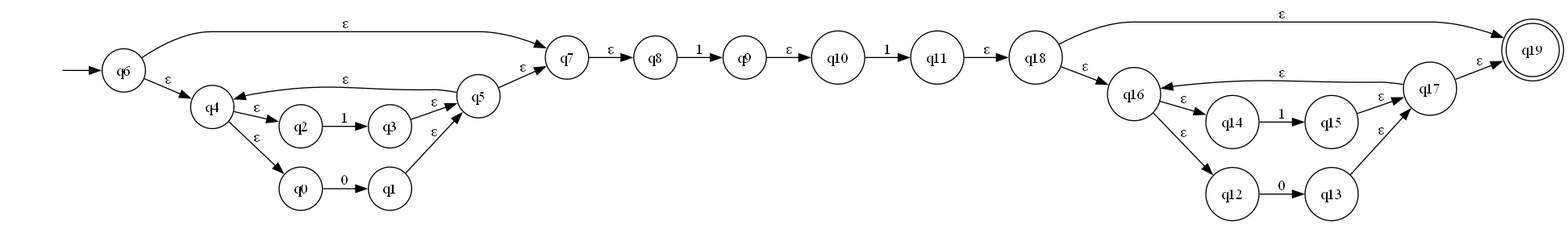
Before: AFN.gv.png, a diagram exported from Graphviz (Ren23813/proyecto1_teoriaComputacion). Its source is kept beside it as AFN.gv.
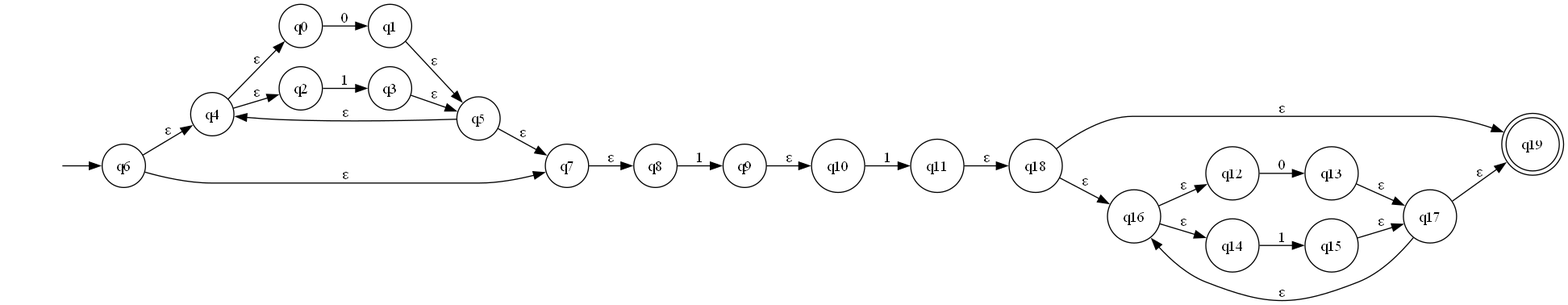
The same file after the commit.

The edit, as a diff of the source:
```diff
@@ -2,49 +2,49 @@
 	graph [rankdir=LR]
 	"" [label="" shape=plaintext]
 	q19 [label=q19 shape=doublecircle]
+	q1 [label=q1 shape=circle]
+	q16 [label=q16 shape=circle]
+	q10 [label=q10 shape=circle]
+	q0 [label=q0 shape=circle]
 	q3 [label=q3 shape=circle]
-	q6 [label=q6 shape=circle]
-	q14 [label=q14 shape=circle]
-	q7 [label=q7 shape=circle]
-	q5 [label=q5 shape=circle]
+	q15 [label=q15 shape=circle]
+	q9 [label=q9 shape=circle]
+	q11 [label=q11 shape=circle]
 	q4 [label=q4 shape=circle]
 	q17 [label=q17 shape=circle]
-	q10 [label=q10 shape=circle]
+	q12 [label=q12 shape=circle]
+	q18 [label=q18 shape=circle]
+	q14 [label=q14 shape=circle]
+	q8 [label=q8 shape=circle]
+	q7 [label=q7 shape=circle]
+	q13 [label=q13 shape=circle]
 	q2 [label=q2 shape=circle]
-	q1 [label=q1 shape=circle]
-	q0 [label=q0 shape=circle]
-	q15 [label=q15 shape=circle]
-	q11 [label=q11 shape=circle]
-	q9 [label=q9 shape=circle]
-	q8 [label=q8 shape=circle]
-	q13 [label=q13 shape=circle]
-	q18 [label=q18 shape=circle]
-	q16 [label=q16 shape=circle]
-	q12 [label=q12 shape=circle]
+	q6 [label=q6 shape=circle]
+	q5 [label=q5 shape=circle]
 	"" -> q6 [label=""]
+	q1 -> q5 [label="ε"]
+	q16 -> q14 [label="ε"]
+	q16 -> q12 [label="ε"]
+	q10 -> q11 [label=1]
+	q0 -> q1 [label=0]
 	q3 -> q5 [label="ε"]
-	q6 -> q7 [label="ε"]
-	q6 -> q4 [label="ε"]
-	q14 -> q15 [label=1]
-	q7 -> q8 [label="ε"]
-	q5 -> q7 [label="ε"]
-	q5 -> q4 [label="ε"]
+	q15 -> q17 [label="ε"]
+	q9 -> q10 [label="ε"]
+	q11 -> q18 [label="ε"]
+	q4 -> q0 [label="ε"]
 	q4 -> q2 [label="ε"]
-	q4 -> q0 [label="ε"]
 	q17 -> q16 [label="ε"]
 	q17 -> q19 [label="ε"]
-	q10 -> q11 [label=1]
-	q2 -> q3 [label=1]
-	q1 -> q5 [label="ε"]
-	q0 -> q1 [label=0]
-	q15 -> q17 [label="ε"]
-	q11 -> q18 [label="ε"]
-	q9 -> q10 [label="ε"]
-	q8 -> q9 [label=1]
-	q13 -> q17 [label="ε"]
+	q12 -> q13 [label=0]
 	q18 -> q16 [label="ε"]
 	q18 -> q19 [label="ε"]
-	q16 -> q14 [label="ε"]
-	q16 -> q12 [label="ε"]
-	q12 -> q13 [label=0]
+	q14 -> q15 [label=1]
+	q8 -> q9 [label=1]
+	q7 -> q8 [label="ε"]
+	q13 -> q17 [label="ε"]
+	q2 -> q3 [label=1]
+	q6 -> q4 [label="ε"]
+	q6 -> q7 [label="ε"]
+	q5 -> q4 [label="ε"]
+	q5 -> q7 [label="ε"]
 }
```
